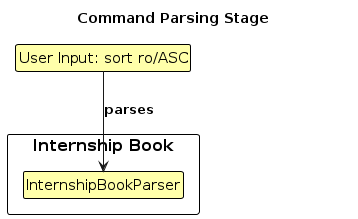
Earlier version of the PlantUML export diagrams/SortCommandParse.png (AY2324S1-CS2103T-W17-1/tp). Its source is kept beside it as diagrams/SortCommandParse.puml. Source of this version:
```plantuml
@startuml
!include style.puml
skinparam ClassFontColor #000000
skinparam ClassBorderColor #000000
skinparam ClassBackgroundColor #FFFFAA

title Command Parsing Stage

package "Internship Book" {
    class InternshipBookParser as "InternshipBookParser"
}

package "Command" {
    class SortCommand as "SortCommand"
}

InternshipBookParser -[hidden]right-> SortCommand

hide SortCommand

class UserInput as "User Input: sort ro/ASC"

UserInput -down-> InternshipBookParser : parses

@enduml
```
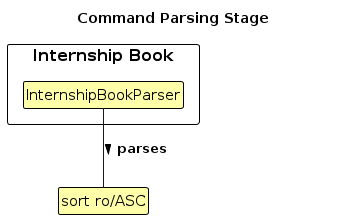
After the change.

The edit, as a diff of the source:
```diff
@@ -14,12 +14,12 @@
     class SortCommand as "SortCommand"
 }
 
-InternshipBookParser -[hidden]right-> SortCommand
+InternshipBookParser -[hidden]right- SortCommand
 
 hide SortCommand
 
-class UserInput as "User Input: sort ro/ASC"
+class UserInput as "sort ro/ASC"
 
-UserInput -down-> InternshipBookParser : parses
+UserInput -up- InternshipBookParser : < parses
 
 @enduml
```
